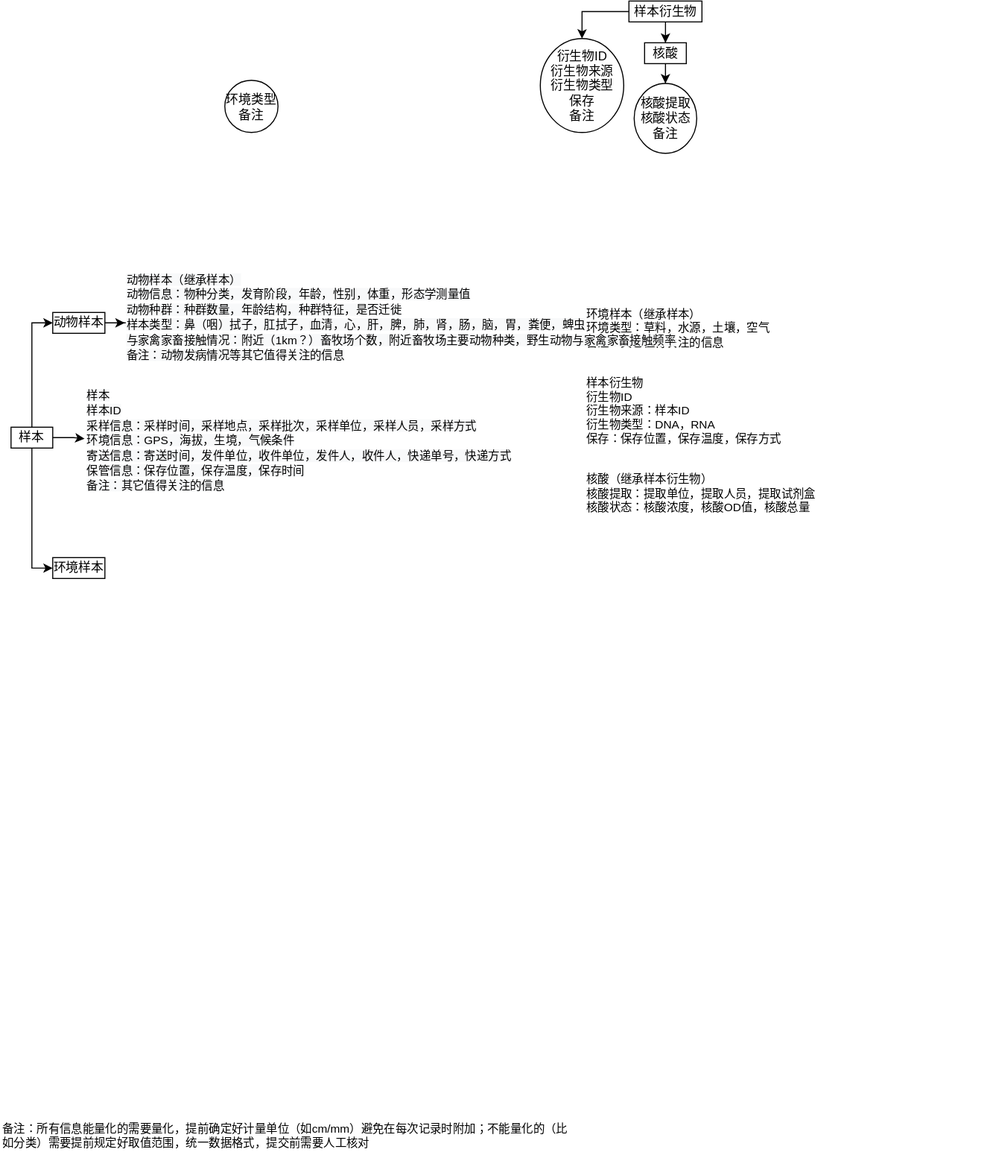
Before: Copy of 病原大数据共享平台ER图.drawio.svg, a diagram exported from draw.io (dailypartita/diagram-kaiti). Source tidied: cells renumbered, new cells last; positions are measured from the earlier drawing's top-left corner, leaving out a move shared by most shapes.
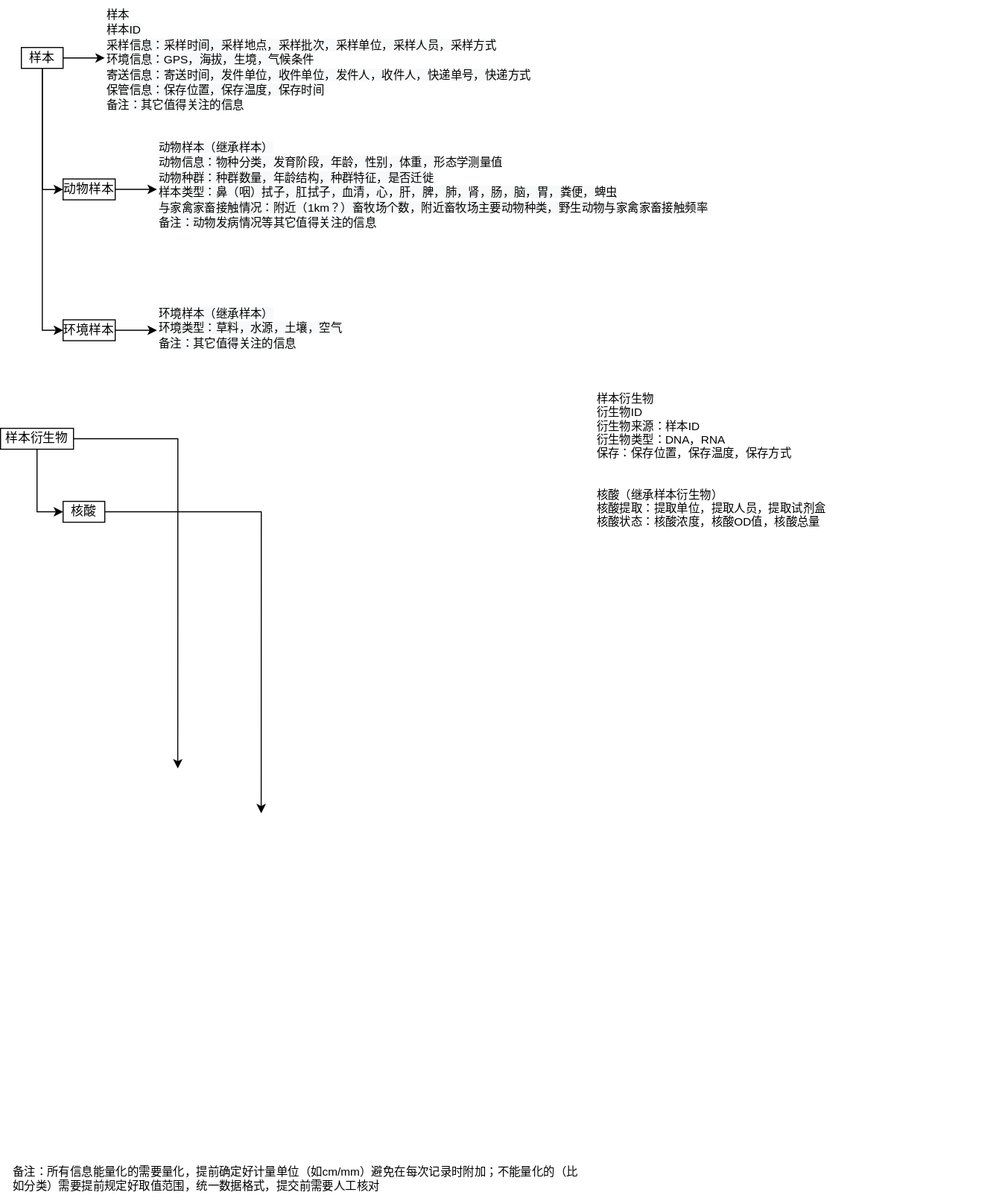
The same diagram one commit later.

Commit message:
Update Copy of 病原大数据共享平台ER图.drawio.svg

The edit, as a diff of the source:
```diff
@@ -5,14 +5,14 @@
     <mxCell id="2" style="edgeStyle=orthogonalEdgeStyle;rounded=0;jettySize=auto;html=1;" parent="1" edge="1" source="5" target="7">
       <mxGeometry relative="1" as="geometry">
         <Array as="points">
-          <mxPoint x="30" y="308" />
+          <mxPoint x="30" y="139" />
         </Array>
       </mxGeometry>
     </mxCell>
     <mxCell id="3" style="edgeStyle=orthogonalEdgeStyle;rounded=0;jettySize=auto;html=1;" parent="1" edge="1" source="5" target="8">
       <mxGeometry relative="1" as="geometry">
         <Array as="points">
-          <mxPoint x="30" y="543" />
+          <mxPoint x="30" y="274" />
         </Array>
       </mxGeometry>
     </mxCell>
@@ -20,52 +20,59 @@
       <mxGeometry relative="1" as="geometry" />
     </mxCell>
     <mxCell id="5" value="样本" style="rounded=0;whiteSpace=wrap;html=1;" parent="1" vertex="1">
-      <mxGeometry x="10" y="408" width="40" height="20" as="geometry" />
+      <mxGeometry x="10" y="3" width="40" height="20" as="geometry" />
     </mxCell>
-    <mxCell id="6" style="edgeStyle=orthogonalEdgeStyle;rounded=0;jettySize=auto;html=1;entryX=0;entryY=0.5;entryDx=0;entryDy=0;" parent="1" edge="1" source="7" target="20">
-      <mxGeometry relative="1" as="geometry" />
+    <mxCell id="6" style="edgeStyle=orthogonalEdgeStyle;rounded=0;jettySize=auto;html=1;entryX=0;entryY=0.5;entryDx=0;entryDy=0;" parent="1" edge="1" source="7">
+      <mxGeometry relative="1" as="geometry">
+        <mxPoint x="140" y="139" as="targetPoint" />
+      </mxGeometry>
     </mxCell>
     <mxCell id="7" value="动物样本" style="rounded=0;whiteSpace=wrap;html=1;" parent="1" vertex="1">
-      <mxGeometry x="50" y="298" width="50" height="20" as="geometry" />
+      <mxGeometry x="50" y="129" width="50" height="20" as="geometry" />
     </mxCell>
+    <mxCell id="21" style="edgeStyle=orthogonalEdgeStyle;rounded=0;jettySize=auto;html=1;entryX=0;entryY=0.5;entryDx=0;entryDy=0;" parent="1" edge="1" source="8" target="22">
+      <mxGeometry relative="1" as="geometry" />
+    </mxCell>
     <mxCell id="8" value="环境样本" style="rounded=0;whiteSpace=wrap;html=1;" parent="1" vertex="1">
-      <mxGeometry x="50" y="533" width="50" height="20" as="geometry" />
+      <mxGeometry x="50" y="264" width="50" height="20" as="geometry" />
     </mxCell>
     <mxCell id="9" style="edgeStyle=orthogonalEdgeStyle;rounded=0;jettySize=auto;html=1;" parent="1" edge="1" source="11" target="13">
-      <mxGeometry relative="1" as="geometry" />
+      <mxGeometry relative="1" as="geometry">
+        <Array as="points">
+          <mxPoint x="25" y="448" />
+        </Array>
+      </mxGeometry>
     </mxCell>
-    <mxCell id="10" style="edgeStyle=orthogonalEdgeStyle;rounded=0;jettySize=auto;html=1;entryX=0.5;entryY=0;entryDx=0;entryDy=0;" parent="1" edge="1" source="11" target="14">
-      <mxGeometry relative="1" as="geometry" />
+    <mxCell id="10" style="edgeStyle=orthogonalEdgeStyle;rounded=0;jettySize=auto;html=1;entryX=0.5;entryY=0;entryDx=0;entryDy=0;" parent="1" edge="1" source="11">
+      <mxGeometry relative="1" as="geometry">
+        <mxPoint x="160" y="694" as="targetPoint" />
+      </mxGeometry>
     </mxCell>
     <mxCell id="11" value="样本衍生物" style="rounded=0;whiteSpace=wrap;html=1;" parent="1" vertex="1">
-      <mxGeometry x="602.5" y="-0.5" width="70" height="20" as="geometry" />
+      <mxGeometry x="-10" y="368" width="70" height="20" as="geometry" />
     </mxCell>
-    <mxCell id="12" style="edgeStyle=orthogonalEdgeStyle;rounded=0;jettySize=auto;html=1;" parent="1" edge="1" source="13" target="16">
-      <mxGeometry relative="1" as="geometry" />
+    <mxCell id="12" style="edgeStyle=orthogonalEdgeStyle;rounded=0;jettySize=auto;html=1;" parent="1" edge="1" source="13">
+      <mxGeometry relative="1" as="geometry">
+        <mxPoint x="240" y="737" as="targetPoint" />
+      </mxGeometry>
     </mxCell>
     <mxCell id="13" value="核酸" style="rounded=0;whiteSpace=wrap;html=1;" parent="1" vertex="1">
-      <mxGeometry x="617.5" y="39.5" width="40" height="20" as="geometry" />
+      <mxGeometry x="50" y="438" width="40" height="20" as="geometry" />
     </mxCell>
-    <mxCell id="14" value="衍生物ID&lt;br&gt;衍生物来源&lt;br&gt;衍生物类型&lt;br&gt;保存&lt;br&gt;备注" style="ellipse;whiteSpace=wrap;html=1;rounded=0;" parent="1" vertex="1">
-      <mxGeometry x="517.5" y="35.5" width="80" height="90" as="geometry" />
-    </mxCell>
-    <mxCell id="15" value="环境类型&lt;br&gt;备注" style="ellipse;whiteSpace=wrap;html=1;rounded=0;" parent="1" vertex="1">
-      <mxGeometry x="215" y="75.5" width="51" height="50" as="geometry" />
-    </mxCell>
-    <mxCell id="16" value="核酸提取&lt;br&gt;核酸状态&lt;br&gt;备注" style="ellipse;whiteSpace=wrap;html=1;rounded=0;" parent="1" vertex="1">
-      <mxGeometry x="607.5" y="78.5" width="60" height="67" as="geometry" />
-    </mxCell>
     <mxCell id="17" value="备注：所有信息能量化的需要量化，提前确定好计量单位（如cm/mm）避免在每次记录时附加；不能量化的（比如分类）需要提前规定好取值范围，统一数据格式，提交前需要人工核对" style="text;whiteSpace=wrap;html=1;fontSize=11;" parent="1" vertex="1">
       <mxGeometry y="1068" width="550" height="40" as="geometry" />
     </mxCell>
-    <mxCell id="18" value="&lt;br&gt;&lt;br&gt;&lt;br&gt;&lt;br&gt;&lt;br&gt;&lt;br&gt;环境样本（继承样本）&lt;br&gt; 环境类型：草料，水源，土壤，空气&lt;br&gt; 备注：其它值得关注的信息&lt;br&gt;&lt;br&gt;&lt;br&gt;样本衍生物&lt;br&gt; 衍生物ID&lt;br&gt; 衍生物来源：样本ID&lt;br&gt; 衍生物类型：DNA，RNA&lt;br&gt; 保存：保存位置，保存温度，保存方式&lt;br&gt;&lt;br&gt;&lt;br&gt;核酸（继承样本衍生物）&lt;br&gt; 核酸提取：提取单位，提取人员，提取试剂盒&lt;br&gt; 核酸状态：核酸浓度，核酸OD值，核酸总量" style="text;whiteSpace=wrap;html=1;fontSize=11;" parent="1" vertex="1">
+    <mxCell id="18" value="&lt;br&gt;&lt;br&gt;&lt;br&gt;&lt;br&gt;&lt;br&gt;&lt;br&gt;&lt;br&gt;&lt;br&gt;&lt;br&gt;样本衍生物&lt;br&gt; 衍生物ID&lt;br&gt; 衍生物来源：样本ID&lt;br&gt; 衍生物类型：DNA，RNA&lt;br&gt; 保存：保存位置，保存温度，保存方式&lt;br&gt;&lt;br&gt;&lt;br&gt;核酸（继承样本衍生物）&lt;br&gt; 核酸提取：提取单位，提取人员，提取试剂盒&lt;br&gt; 核酸状态：核酸浓度，核酸OD值，核酸总量" style="text;whiteSpace=wrap;html=1;fontSize=11;" parent="1" vertex="1">
       <mxGeometry x="560" y="208" width="390" height="540" as="geometry" />
     </mxCell>
     <mxCell id="19" value="&lt;span style=&quot;color: rgb(0, 0, 0); font-family: helvetica; font-size: 11px; font-style: normal; font-weight: 400; letter-spacing: normal; text-align: left; text-indent: 0px; text-transform: none; word-spacing: 0px; background-color: rgb(248, 249, 250); display: inline; float: none;&quot;&gt;样本&lt;/span&gt;&lt;br style=&quot;color: rgb(0, 0, 0); font-family: helvetica; font-size: 11px; font-style: normal; font-weight: 400; letter-spacing: normal; text-align: left; text-indent: 0px; text-transform: none; word-spacing: 0px; background-color: rgb(248, 249, 250);&quot;&gt;&lt;span style=&quot;color: rgb(0, 0, 0); font-family: helvetica; font-size: 11px; font-style: normal; font-weight: 400; letter-spacing: normal; text-align: left; text-indent: 0px; text-transform: none; word-spacing: 0px; background-color: rgb(248, 249, 250); display: inline; float: none;&quot;&gt;样本ID&lt;/span&gt;&lt;br style=&quot;color: rgb(0, 0, 0); font-family: helvetica; font-size: 11px; font-style: normal; font-weight: 400; letter-spacing: normal; text-align: left; text-indent: 0px; text-transform: none; word-spacing: 0px; background-color: rgb(248, 249, 250);&quot;&gt;&lt;span style=&quot;color: rgb(0, 0, 0); font-family: helvetica; font-size: 11px; font-style: normal; font-weight: 400; letter-spacing: normal; text-align: left; text-indent: 0px; text-transform: none; word-spacing: 0px; background-color: rgb(248, 249, 250); display: inline; float: none;&quot;&gt;采样信息：采样时间，采样地点，采样批次，采样单位，采样人员，采样方式&lt;/span&gt;&lt;br style=&quot;color: rgb(0, 0, 0); font-family: helvetica; font-size: 11px; font-style: normal; font-weight: 400; letter-spacing: normal; text-align: left; text-indent: 0px; text-transform: none; word-spacing: 0px; background-color: rgb(248, 249, 250);&quot;&gt;&lt;span style=&quot;color: rgb(0, 0, 0); font-family: helvetica; font-size: 11px; font-style: normal; font-weight: 400; letter-spacing: normal; text-align: left; text-indent: 0px; text-transform: none; word-spacing: 0px; background-color: rgb(248, 249, 250); display: inline; float: none;&quot;&gt;环境信息：GPS，海拔，生境，气候条件&lt;/span&gt;&lt;br style=&quot;color: rgb(0, 0, 0); font-family: helvetica; font-size: 11px; font-style: normal; font-weight: 400; letter-spacing: normal; text-align: left; text-indent: 0px; text-transform: none; word-spacing: 0px; background-color: rgb(248, 249, 250);&quot;&gt;&lt;span style=&quot;color: rgb(0, 0, 0); font-family: helvetica; font-size: 11px; font-style: normal; font-weight: 400; letter-spacing: normal; text-align: left; text-indent: 0px; text-transform: none; word-spacing: 0px; background-color: rgb(248, 249, 250); display: inline; float: none;&quot;&gt;寄送信息：寄送时间，发件单位，收件单位，发件人，收件人，快递单号，快递方式&lt;/span&gt;&lt;br style=&quot;color: rgb(0, 0, 0); font-family: helvetica; font-size: 11px; font-style: normal; font-weight: 400; letter-spacing: normal; text-align: left; text-indent: 0px; text-transform: none; word-spacing: 0px; background-color: rgb(248, 249, 250);&quot;&gt;&lt;span style=&quot;color: rgb(0, 0, 0); font-family: helvetica; font-size: 11px; font-style: normal; font-weight: 400; letter-spacing: normal; text-align: left; text-indent: 0px; text-transform: none; word-spacing: 0px; background-color: rgb(248, 249, 250); display: inline; float: none;&quot;&gt;保管信息：保存位置，保存温度，保存时间&lt;/span&gt;&lt;br style=&quot;color: rgb(0, 0, 0); font-family: helvetica; font-size: 11px; font-style: normal; font-weight: 400; letter-spacing: normal; text-align: left; text-indent: 0px; text-transform: none; word-spacing: 0px; background-color: rgb(248, 249, 250);&quot;&gt;&lt;span style=&quot;color: rgb(0, 0, 0); font-family: helvetica; font-size: 11px; font-style: normal; font-weight: 400; letter-spacing: normal; text-align: left; text-indent: 0px; text-transform: none; word-spacing: 0px; background-color: rgb(248, 249, 250); display: inline; float: none;&quot;&gt;备注：其它值得关注的信息&lt;/span&gt;" style="text;whiteSpace=wrap;html=1;" parent="1" vertex="1">
-      <mxGeometry x="80.5" y="364" width="470" height="110" as="geometry" />
+      <mxGeometry x="90" y="-42" width="470" height="110" as="geometry" />
     </mxCell>
     <mxCell id="20" value="&lt;span style=&quot;color: rgb(0, 0, 0); font-family: helvetica; font-size: 11px; font-style: normal; font-weight: 400; letter-spacing: normal; text-align: left; text-indent: 0px; text-transform: none; word-spacing: 0px; background-color: rgb(248, 249, 250); display: inline; float: none;&quot;&gt;动物样本（继承样本）&lt;/span&gt;&lt;br style=&quot;color: rgb(0, 0, 0); font-family: helvetica; font-size: 11px; font-style: normal; font-weight: 400; letter-spacing: normal; text-align: left; text-indent: 0px; text-transform: none; word-spacing: 0px; background-color: rgb(248, 249, 250);&quot;&gt;&lt;span style=&quot;color: rgb(0, 0, 0); font-family: helvetica; font-size: 11px; font-style: normal; font-weight: 400; letter-spacing: normal; text-align: left; text-indent: 0px; text-transform: none; word-spacing: 0px; background-color: rgb(248, 249, 250); display: inline; float: none;&quot;&gt;动物信息：物种分类，发育阶段，年龄，性别，体重，形态学测量值&lt;/span&gt;&lt;br style=&quot;color: rgb(0, 0, 0); font-family: helvetica; font-size: 11px; font-style: normal; font-weight: 400; letter-spacing: normal; text-align: left; text-indent: 0px; text-transform: none; word-spacing: 0px; background-color: rgb(248, 249, 250);&quot;&gt;&lt;span style=&quot;color: rgb(0, 0, 0); font-family: helvetica; font-size: 11px; font-style: normal; font-weight: 400; letter-spacing: normal; text-align: left; text-indent: 0px; text-transform: none; word-spacing: 0px; background-color: rgb(248, 249, 250); display: inline; float: none;&quot;&gt;动物种群：种群数量，年龄结构，种群特征，是否迁徙&lt;/span&gt;&lt;br style=&quot;color: rgb(0, 0, 0); font-family: helvetica; font-size: 11px; font-style: normal; font-weight: 400; letter-spacing: normal; text-align: left; text-indent: 0px; text-transform: none; word-spacing: 0px; background-color: rgb(248, 249, 250);&quot;&gt;&lt;span style=&quot;color: rgb(0, 0, 0); font-family: helvetica; font-size: 11px; font-style: normal; font-weight: 400; letter-spacing: normal; text-align: left; text-indent: 0px; text-transform: none; word-spacing: 0px; background-color: rgb(248, 249, 250); display: inline; float: none;&quot;&gt;样本类型：鼻（咽）拭子，肛拭子，血清，心，肝，脾，肺，肾，肠，脑，胃，粪便，蜱虫&lt;/span&gt;&lt;br style=&quot;color: rgb(0, 0, 0); font-family: helvetica; font-size: 11px; font-style: normal; font-weight: 400; letter-spacing: normal; text-align: left; text-indent: 0px; text-transform: none; word-spacing: 0px; background-color: rgb(248, 249, 250);&quot;&gt;&lt;span style=&quot;color: rgb(0, 0, 0); font-family: helvetica; font-size: 11px; font-style: normal; font-weight: 400; letter-spacing: normal; text-align: left; text-indent: 0px; text-transform: none; word-spacing: 0px; background-color: rgb(248, 249, 250); display: inline; float: none;&quot;&gt;与家禽家畜接触情况：附近（1km？）畜牧场个数，附近畜牧场主要动物种类，野生动物与家禽家畜接触频率&lt;/span&gt;&lt;br style=&quot;color: rgb(0, 0, 0); font-family: helvetica; font-size: 11px; font-style: normal; font-weight: 400; letter-spacing: normal; text-align: left; text-indent: 0px; text-transform: none; word-spacing: 0px; background-color: rgb(248, 249, 250);&quot;&gt;&lt;span style=&quot;color: rgb(0, 0, 0); font-family: helvetica; font-size: 11px; font-style: normal; font-weight: 400; letter-spacing: normal; text-align: left; text-indent: 0px; text-transform: none; word-spacing: 0px; background-color: rgb(248, 249, 250); display: inline; float: none;&quot;&gt;备注：动物发病情况等其它值得关注的信息&lt;/span&gt;" style="text;whiteSpace=wrap;html=1;" parent="1" vertex="1">
-      <mxGeometry x="119" y="253" width="550" height="110" as="geometry" />
+      <mxGeometry x="140" y="85" width="550" height="110" as="geometry" />
     </mxCell>
+    <mxCell id="22" value="&lt;span style=&quot;color: rgb(0, 0, 0); font-family: helvetica; font-size: 11px; font-style: normal; font-weight: 400; letter-spacing: normal; text-align: left; text-indent: 0px; text-transform: none; word-spacing: 0px; background-color: rgb(248, 249, 250); display: inline; float: none;&quot;&gt;环境样本（继承样本）&lt;/span&gt;&lt;br style=&quot;color: rgb(0, 0, 0); font-family: helvetica; font-size: 11px; font-style: normal; font-weight: 400; letter-spacing: normal; text-align: left; text-indent: 0px; text-transform: none; word-spacing: 0px; background-color: rgb(248, 249, 250);&quot;&gt;&lt;span style=&quot;color: rgb(0, 0, 0); font-family: helvetica; font-size: 11px; font-style: normal; font-weight: 400; letter-spacing: normal; text-align: left; text-indent: 0px; text-transform: none; word-spacing: 0px; background-color: rgb(248, 249, 250); display: inline; float: none;&quot;&gt;环境类型：草料，水源，土壤，空气&lt;/span&gt;&lt;br style=&quot;color: rgb(0, 0, 0); font-family: helvetica; font-size: 11px; font-style: normal; font-weight: 400; letter-spacing: normal; text-align: left; text-indent: 0px; text-transform: none; word-spacing: 0px; background-color: rgb(248, 249, 250);&quot;&gt;&lt;span style=&quot;color: rgb(0, 0, 0); font-family: helvetica; font-size: 11px; font-style: normal; font-weight: 400; letter-spacing: normal; text-align: left; text-indent: 0px; text-transform: none; word-spacing: 0px; background-color: rgb(248, 249, 250); display: inline; float: none;&quot;&gt;备注：其它值得关注的信息&lt;/span&gt;" style="text;whiteSpace=wrap;html=1;" parent="1" vertex="1">
+      <mxGeometry x="140" y="244" width="220" height="60" as="geometry" />
+    </mxCell>
   </root>
 </mxGraphModel>
```
